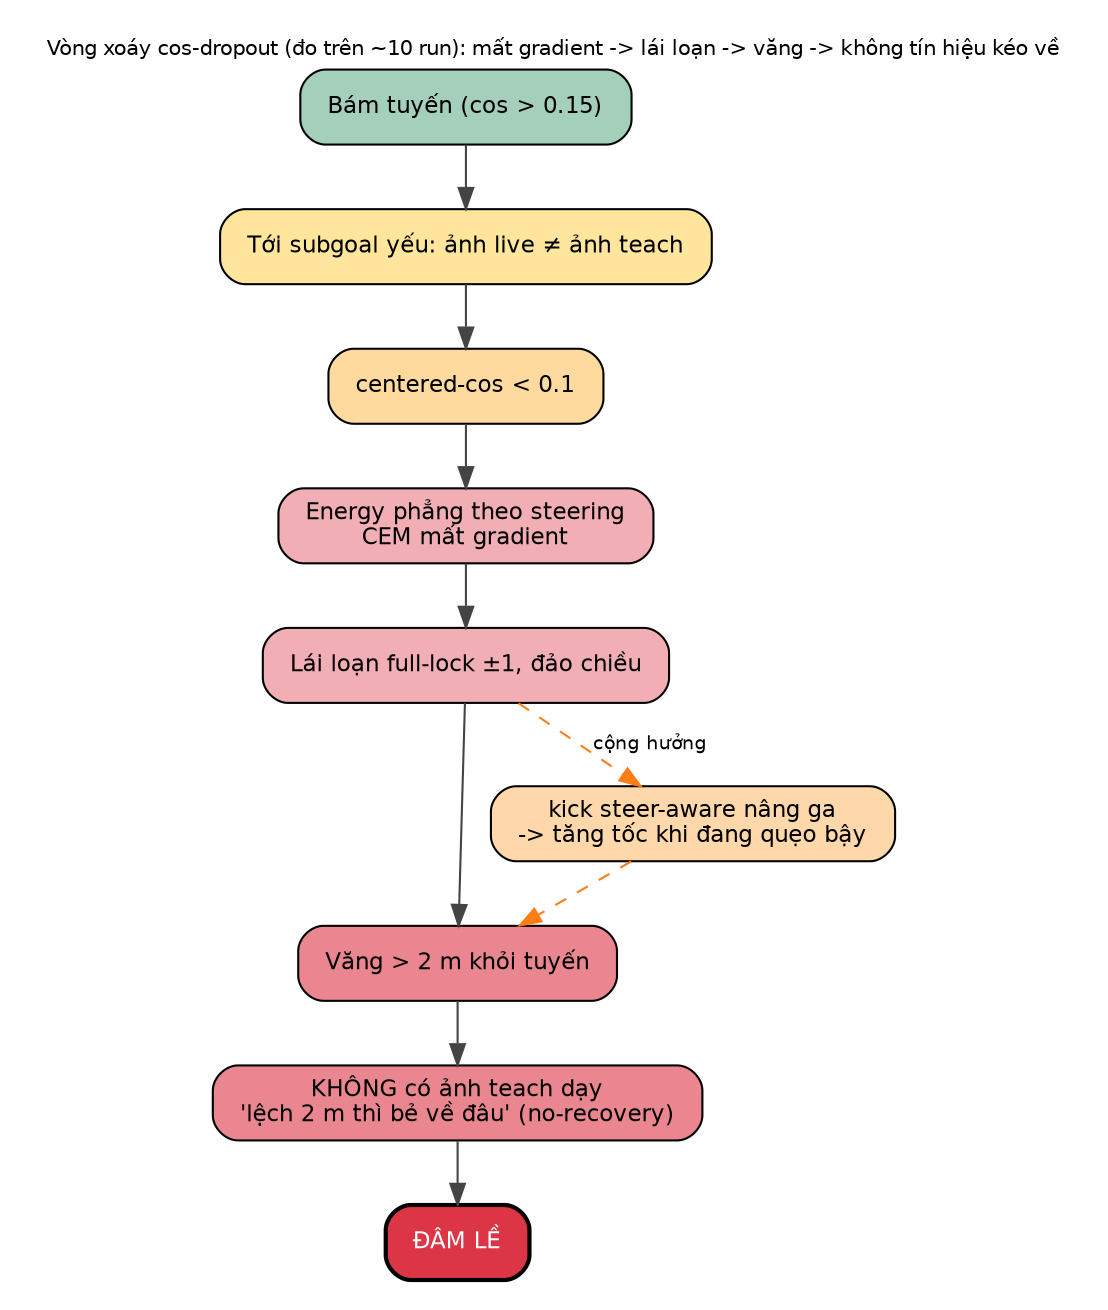
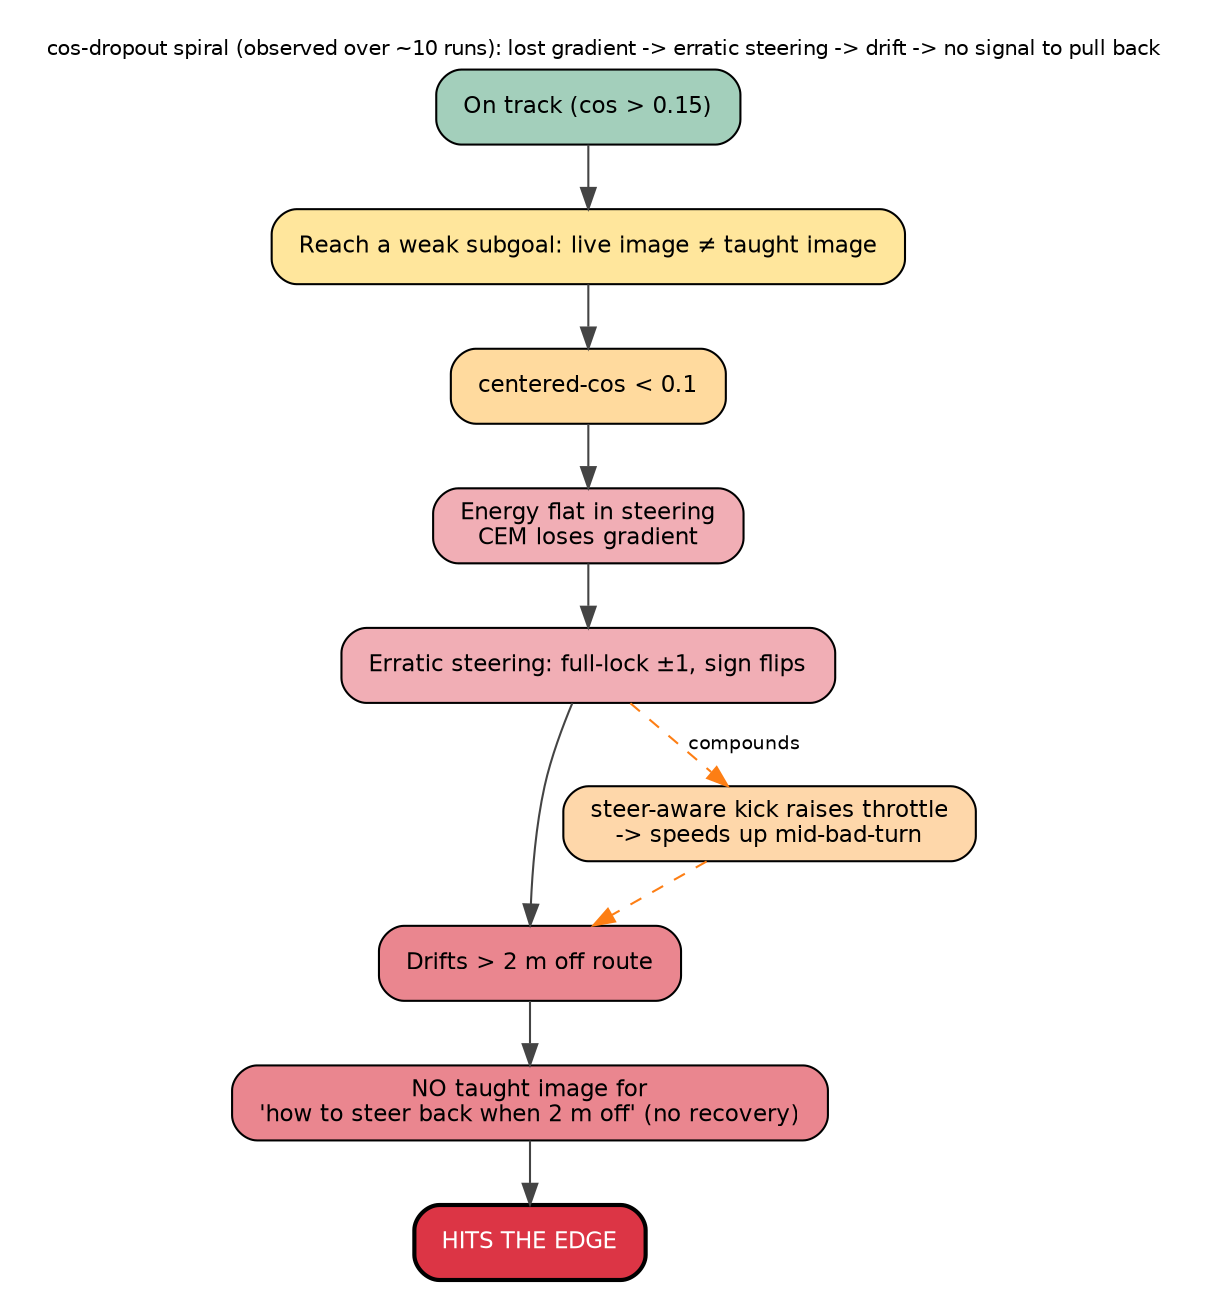
- // Cơ chế thất bại cos-dropout — render: dot -Tpng fig_cos_dropout_mechanism.dot -o ../fig_cos_dropout_mechanism.png
+ // cos-dropout failure mechanism — render: dot -Tpng fig_cos_dropout_mechanism.dot -o ../fig_cos_dropout_mechanism.png
digraph dropout {
  rankdir=TB;
  graph [fontname="DejaVu Sans", bgcolor="white", ranksep=0.40, pad=0.2];
  node  [fontname="DejaVu Sans", shape=box, style="rounded,filled", fontsize=11, margin="0.18,0.09"];
  edge  [fontname="DejaVu Sans", fontsize=9, color="#444444"];

-   A [label="Bám tuyến (cos > 0.15)", fillcolor="#a3cfbb"];
-   B [label="Tới subgoal yếu: ảnh live ≠ ảnh teach", fillcolor="#ffe69c"];
+   A [label="On track (cos > 0.15)", fillcolor="#a3cfbb"];
+   B [label="Reach a weak subgoal: live image ≠ taught image", fillcolor="#ffe69c"];
  C [label="centered-cos < 0.1", fillcolor="#ffda9e"];
-   D [label="Energy phẳng theo steering\nCEM mất gradient", fillcolor="#f1aeb5"];
-   E [label="Lái loạn full-lock ±1, đảo chiều", fillcolor="#f1aeb5"];
-   F [label="Văng > 2 m khỏi tuyến", fillcolor="#ea868f"];
-   G [label="KHÔNG có ảnh teach dạy\n'lệch 2 m thì bẻ về đâu' (no-recovery)", fillcolor="#ea868f"];
-   H [label="ĐÂM LỀ", fillcolor="#dc3545", fontcolor="white", penwidth=2];
-   K [label="kick steer-aware nâng ga\n-> tăng tốc khi đang quẹo bậy", fillcolor="#fed7aa"];
+   D [label="Energy flat in steering\nCEM loses gradient", fillcolor="#f1aeb5"];
+   E [label="Erratic steering: full-lock ±1, sign flips", fillcolor="#f1aeb5"];
+   F [label="Drifts > 2 m off route", fillcolor="#ea868f"];
+   G [label="NO taught image for\n'how to steer back when 2 m off' (no recovery)", fillcolor="#ea868f"];
+   H [label="HITS THE EDGE", fillcolor="#dc3545", fontcolor="white", penwidth=2];
+   K [label="steer-aware kick raises throttle\n-> speeds up mid-bad-turn", fillcolor="#fed7aa"];

  A -> B -> C -> D -> E -> F -> G -> H;
-   E -> K [style=dashed, color="#fd7e14", label="cộng hưởng"];
+   E -> K [style=dashed, color="#fd7e14", label="compounds"];
  K -> F [style=dashed, color="#fd7e14"];

  labelloc="t";
-   label="Vòng xoáy cos-dropout (đo trên ~10 run): mất gradient -> lái loạn -> văng -> không tín hiệu kéo về";
+   label="cos-dropout spiral (observed over ~10 runs): lost gradient -> erratic steering -> drift -> no signal to pull back";
  fontname="DejaVu Sans"; fontsize=10;
}
